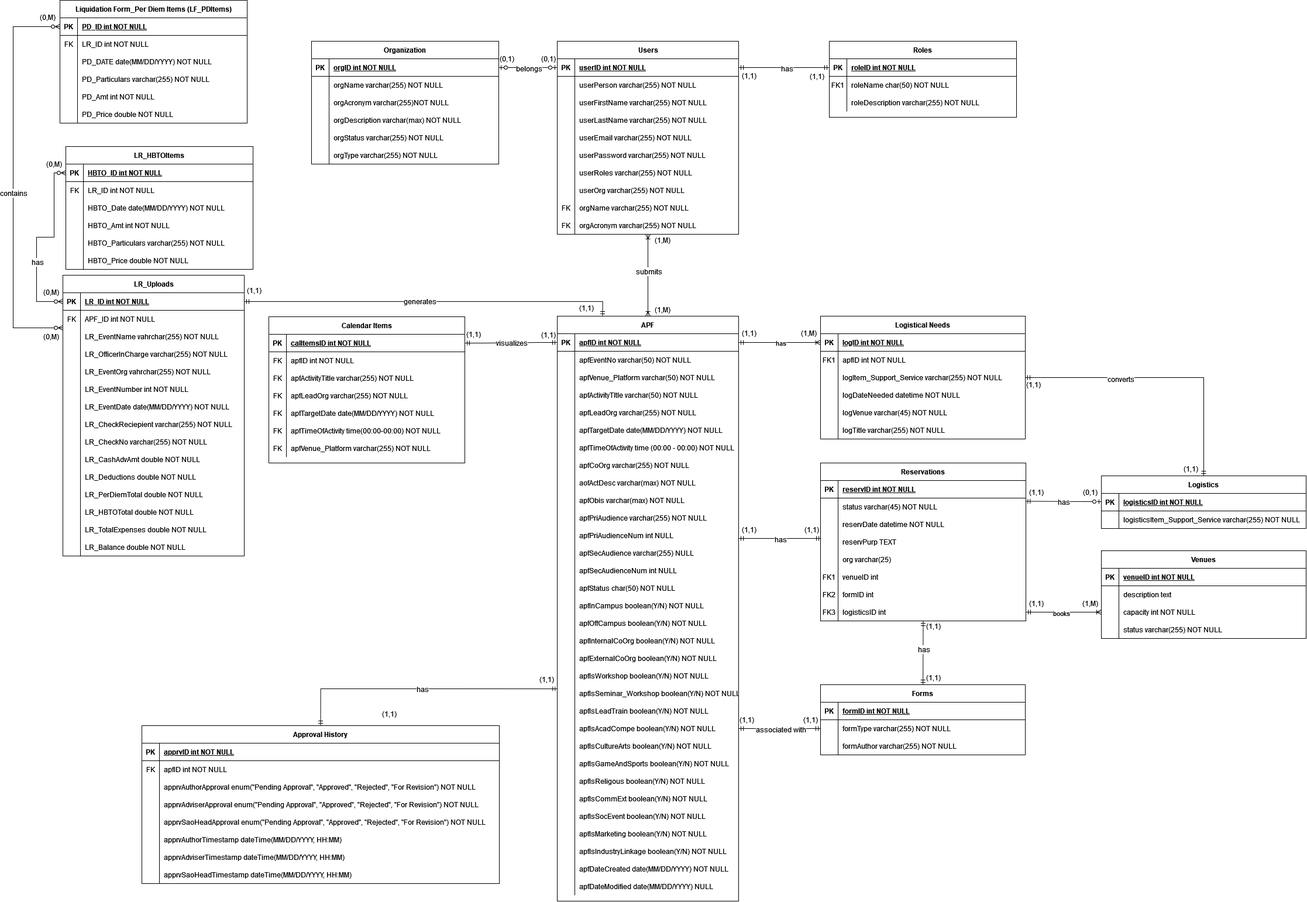
This is Diagrams/ERD.png from APC-SoCIT/APC_2024_2025_T1_SAO, a draw.io export, as it was before one commit. Source tidied: cells renumbered, new cells last; positions are measured from the earlier drawing's top-left corner, leaving out a move shared by most shapes.
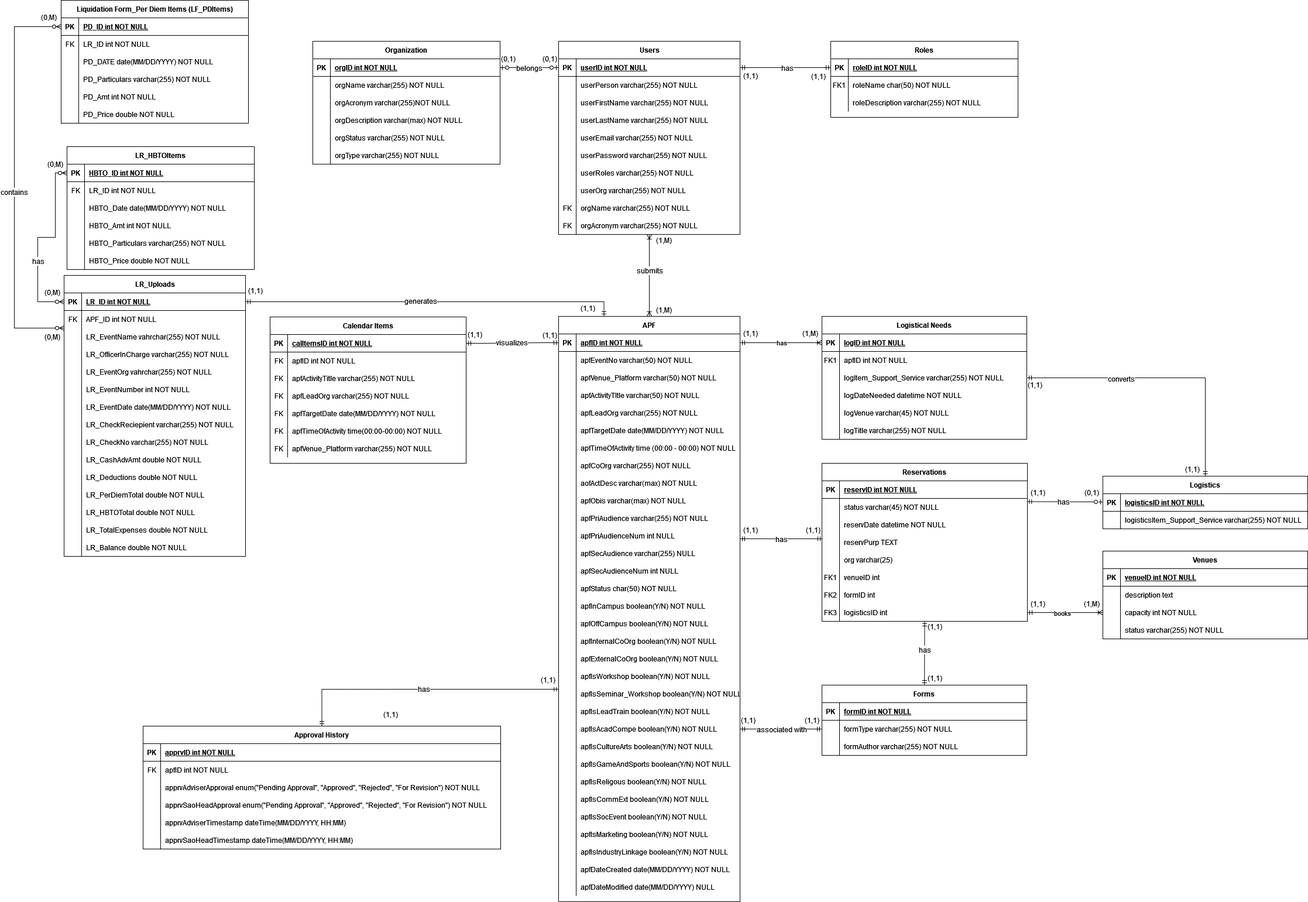
After the change.

The edit, as a diff of the source:
```diff
@@ -1226,7 +1226,7 @@
       <mxGeometry x="1988" y="786" width="50" height="30" as="geometry" />
     </mxCell>
     <mxCell id="395" value="Approval History" style="shape=table;startSize=30;rowLines=0;fontStyle=1;align=center;" parent="1" vertex="1">
-      <mxGeometry x="220" y="1240" width="611" height="270" as="geometry" />
+      <mxGeometry x="220" y="1240" width="611" height="210" as="geometry" />
     </mxCell>
     <mxCell id="396" style="shape=partialRectangle;fillColor=none;top=0;left=0;right=0;bottom=1;" parent="395" vertex="1">
       <mxGeometry y="30" width="611" height="30" as="geometry" />
@@ -1246,17 +1246,8 @@
     <mxCell id="401" value="apfID int NOT NULL" style="shape=partialRectangle;overflow=hidden;fillColor=none;top=0;left=0;bottom=0;right=0;align=left;spacingLeft=6;" parent="399" vertex="1">
       <mxGeometry x="30" width="581" height="30" as="geometry" />
     </mxCell>
-    <mxCell id="402" style="shape=partialRectangle;fillColor=none;top=0;left=0;right=0;bottom=0;" parent="395" vertex="1">
-      <mxGeometry y="90" width="611" height="30" as="geometry" />
-    </mxCell>
-    <mxCell id="403" style="shape=partialRectangle;overflow=hidden;fillColor=none;top=0;left=0;bottom=0;right=0;" parent="402" vertex="1">
-      <mxGeometry width="30" height="30" as="geometry" />
-    </mxCell>
-    <mxCell id="404" value="apprvAuthorApproval enum(&quot;Pending Approval&quot;, &quot;Approved&quot;, &quot;Rejected&quot;, &quot;For Revision&quot;) NOT NULL" style="shape=partialRectangle;overflow=hidden;fillColor=none;top=0;left=0;bottom=0;right=0;align=left;spacingLeft=6;" parent="402" vertex="1">
-      <mxGeometry x="30" width="581" height="30" as="geometry" />
-    </mxCell>
     <mxCell id="405" style="shape=tableRow;horizontal=0;startSize=0;swimlaneHead=0;swimlaneBody=0;fillColor=none;top=0;left=0;right=0;bottom=0;" parent="395" vertex="1">
-      <mxGeometry y="120" width="611" height="30" as="geometry" />
+      <mxGeometry y="90" width="611" height="30" as="geometry" />
     </mxCell>
     <mxCell id="406" style="shape=partialRectangle;fillColor=none;top=0;left=0;bottom=0;right=0;overflow=hidden;" parent="405" vertex="1">
       <mxGeometry width="30" height="30" as="geometry" />
@@ -1265,7 +1256,7 @@
       <mxGeometry x="30" width="581" height="30" as="geometry" />
     </mxCell>
     <mxCell id="408" style="shape=tableRow;horizontal=0;startSize=0;swimlaneHead=0;swimlaneBody=0;fillColor=none;top=0;left=0;right=0;bottom=0;" parent="395" vertex="1">
-      <mxGeometry y="150" width="611" height="30" as="geometry" />
+      <mxGeometry y="120" width="611" height="30" as="geometry" />
     </mxCell>
     <mxCell id="409" style="shape=partialRectangle;fillColor=none;top=0;left=0;bottom=0;right=0;overflow=hidden;" parent="408" vertex="1">
       <mxGeometry width="30" height="30" as="geometry" />
@@ -1273,17 +1264,8 @@
     <mxCell id="410" value="apprvSaoHeadApproval enum(&quot;Pending Approval&quot;, &quot;Approved&quot;, &quot;Rejected&quot;, &quot;For Revision&quot;) NOT NULL" style="shape=partialRectangle;fillColor=none;top=0;left=0;bottom=0;right=0;align=left;spacingLeft=6;overflow=hidden;" parent="408" vertex="1">
       <mxGeometry x="30" width="581" height="30" as="geometry" />
     </mxCell>
-    <mxCell id="411" style="shape=tableRow;horizontal=0;startSize=0;swimlaneHead=0;swimlaneBody=0;fillColor=none;top=0;left=0;right=0;bottom=0;" parent="395" vertex="1">
-      <mxGeometry y="180" width="611" height="30" as="geometry" />
-    </mxCell>
-    <mxCell id="412" style="shape=partialRectangle;fillColor=none;top=0;left=0;bottom=0;right=0;overflow=hidden;" parent="411" vertex="1">
-      <mxGeometry width="30" height="30" as="geometry" />
-    </mxCell>
-    <mxCell id="413" value="apprvAuthorTimestamp dateTime(MM/DD/YYYY, HH:MM)" style="shape=partialRectangle;fillColor=none;top=0;left=0;bottom=0;right=0;align=left;spacingLeft=6;overflow=hidden;" parent="411" vertex="1">
-      <mxGeometry x="30" width="581" height="30" as="geometry" />
-    </mxCell>
     <mxCell id="414" style="shape=tableRow;horizontal=0;startSize=0;swimlaneHead=0;swimlaneBody=0;fillColor=none;top=0;left=0;right=0;bottom=0;" parent="395" vertex="1">
-      <mxGeometry y="210" width="611" height="30" as="geometry" />
+      <mxGeometry y="150" width="611" height="30" as="geometry" />
     </mxCell>
     <mxCell id="415" style="shape=partialRectangle;fillColor=none;top=0;left=0;bottom=0;right=0;overflow=hidden;" parent="414" vertex="1">
       <mxGeometry width="30" height="30" as="geometry" />
@@ -1292,7 +1274,7 @@
       <mxGeometry x="30" width="581" height="30" as="geometry" />
     </mxCell>
     <mxCell id="417" style="shape=tableRow;horizontal=0;startSize=0;swimlaneHead=0;swimlaneBody=0;fillColor=none;top=0;left=0;right=0;bottom=0;" parent="395" vertex="1">
-      <mxGeometry y="240" width="611" height="30" as="geometry" />
+      <mxGeometry y="180" width="611" height="30" as="geometry" />
     </mxCell>
     <mxCell id="418" style="shape=partialRectangle;fillColor=none;top=0;left=0;bottom=0;right=0;overflow=hidden;" parent="417" vertex="1">
       <mxGeometry width="30" height="30" as="geometry" />
```
